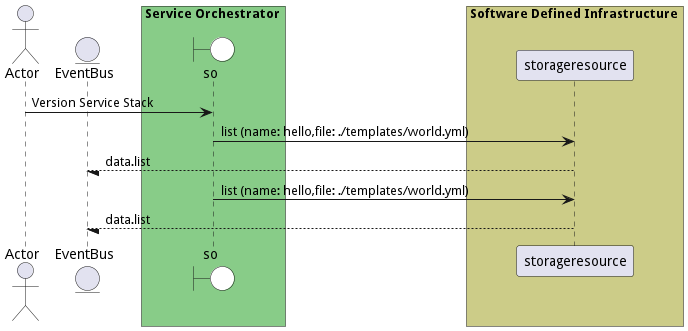
The PlantUML diagram docs/edgemere/sml/so/usecases/managestacks/VersionServiceStack.png in madajaju/edgemere, before a commit.
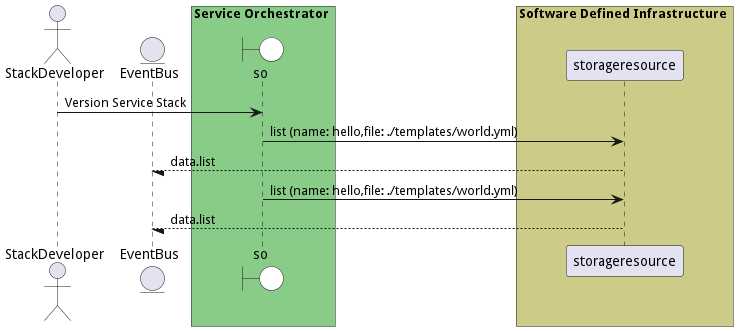
After the change.

The edit, as a diff of the source:
```diff
@@ -1,6 +1,6 @@
 @startuml
 
-actor "Actor"
+actor "StackDeveloper"
 
 
 entity EventBus
@@ -15,7 +15,7 @@
     end box
 
 
-"Actor" -> so: Version Service Stack
+"StackDeveloper" -> so: Version Service Stack
 
     so -> "storageresource": list (name: hello,file: ./templates/world.yml)
 
```
